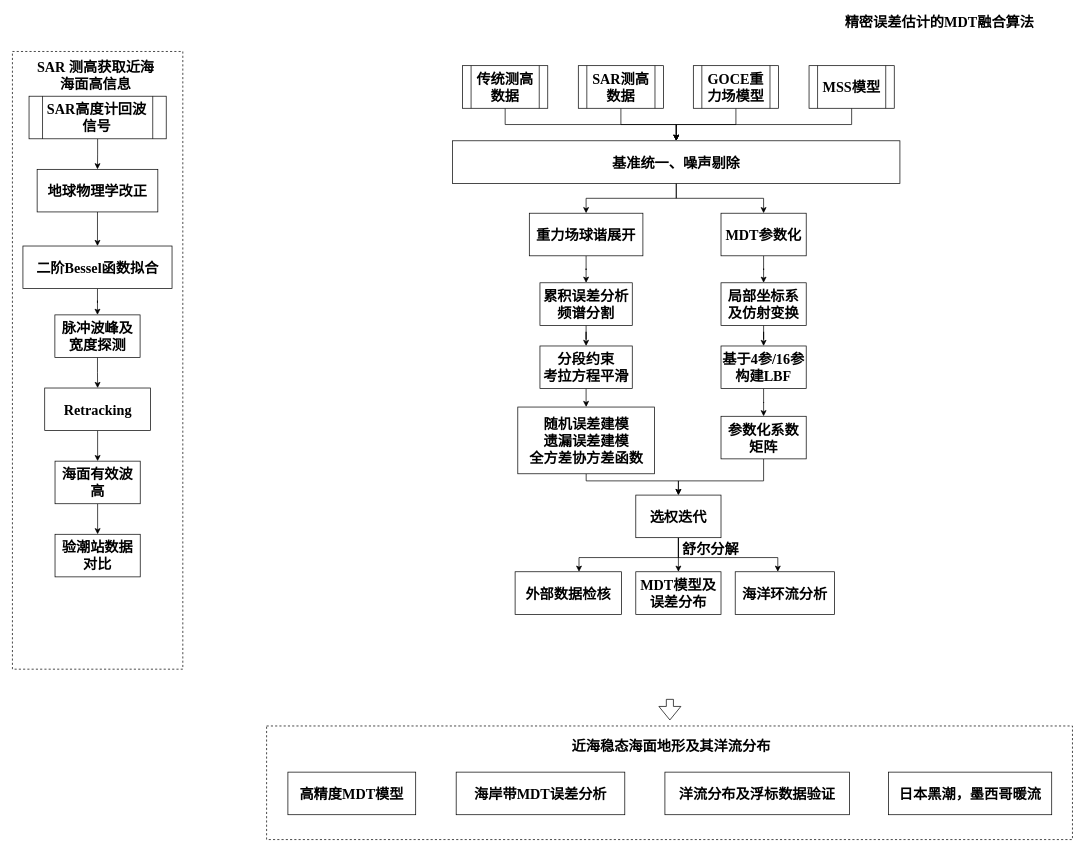
Before: Copy of Multi-source rigorous fusion algorithom for MDT refinement.drawio in skgiter/drawIO, a draw.io diagram. Source tidied: cells renumbered, new cells numbered last; positions are measured from the earlier drawing's top-left corner, leaving out a move shared by most shapes. Both pictures are drawn from the tidied source at 71%, with x=0, y=0 at pixel (12, 12).
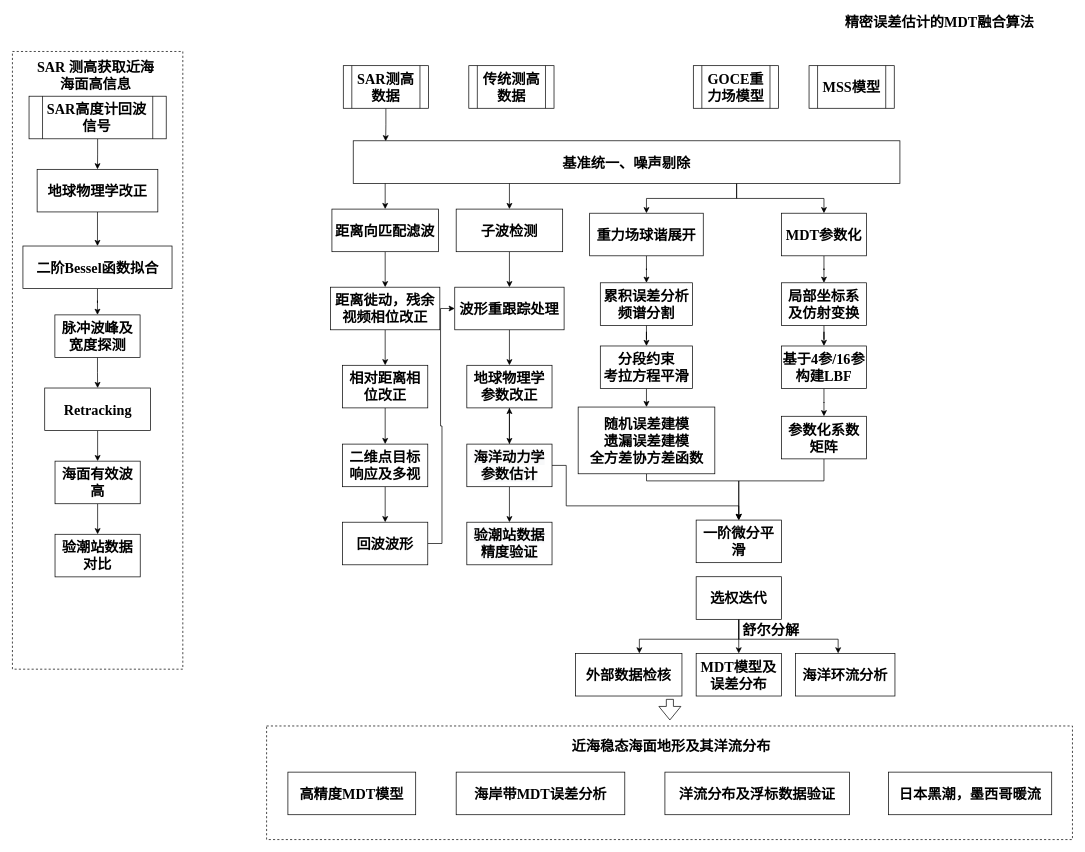
The same diagram, later.

The change refers to these unchanged cells:
```xml
<mxCell id="46" value="&lt;span style=&quot;white-space: normal ; font-size: 20px&quot;&gt;MSS模型&lt;/span&gt;" style="shape=process;whiteSpace=wrap;html=1;backgroundOutline=1;fontFamily=Times New Roman;fontSize=20;fontColor=#000000;align=center;strokeColor=#000000;fillColor=#ffffff;fontStyle=1;" parent="1" vertex="1">
  <mxGeometry x="1122" y="75" width="120" height="60" as="geometry" />
</mxCell>
<mxCell id="48" value="&lt;span style=&quot;white-space: normal; font-size: 20px;&quot;&gt;GOCE重力场模型&lt;/span&gt;" style="shape=process;whiteSpace=wrap;html=1;backgroundOutline=1;fontFamily=Times New Roman;fontSize=20;fontColor=#000000;align=center;strokeColor=#000000;fillColor=#ffffff;fontStyle=1;" parent="1" vertex="1">
  <mxGeometry x="959" y="75" width="120" height="60" as="geometry" />
</mxCell>
```

The edit, as a diff of the source:
```diff
@@
-    <mxCell id="17" style="edgeStyle=orthogonalEdgeStyle;rounded=0;jettySize=auto;html=1;" parent="1" edge="1" source="18" target="21">
-      <mxGeometry relative="1" as="geometry" />
-    </mxCell>
+    <mxCell id="60" style="edgeStyle=orthogonalEdgeStyle;rounded=0;jettySize=auto;html=1;entryX=0.117;entryY=0.013;entryDx=0;entryDy=0;entryPerimeter=0;" parent="1" edge="1" source="18">
+      <mxGeometry relative="1" as="geometry">
+        <mxPoint x="525.7" y="181.5" as="targetPoint" />
+      </mxGeometry>
+    </mxCell>
-    <mxCell id="18" value="传统测高数据" style="shape=process;whiteSpace=wrap;html=1;backgroundOutline=1;fontFamily=Times New Roman;fontStyle=1;fontSize=20;" parent="1" vertex="1">
-      <mxGeometry x="634" y="75" width="120" height="60" as="geometry" />
+    <mxCell id="18" value="SAR测高数据" style="shape=process;whiteSpace=wrap;html=1;backgroundOutline=1;fontFamily=Times New Roman;fontStyle=1;fontSize=20;" parent="1" vertex="1">
+      <mxGeometry x="466" y="75" width="120" height="60" as="geometry" />
     </mxCell>
     <mxCell id="19" style="edgeStyle=orthogonalEdgeStyle;rounded=0;jettySize=auto;html=1;fontFamily=Times New Roman;fontStyle=1;fontSize=20;" parent="1" edge="1" source="21" target="23">
-      <mxGeometry relative="1" as="geometry" />
+      <mxGeometry relative="1" as="geometry">
+        <Array as="points">
+          <mxPoint x="1020" y="262" />
+          <mxPoint x="893" y="262" />
+        </Array>
+      </mxGeometry>
     </mxCell>
     <mxCell id="20" style="edgeStyle=orthogonalEdgeStyle;rounded=0;jettySize=auto;html=1;entryX=0.5;entryY=0;entryDx=0;entryDy=0;fontFamily=Times New Roman;fontSize=20;" parent="1" edge="1" source="21" target="34">
-      <mxGeometry relative="1" as="geometry" />
+      <mxGeometry relative="1" as="geometry">
+        <Array as="points">
+          <mxPoint x="1020" y="262" />
+          <mxPoint x="1143" y="262" />
+        </Array>
+      </mxGeometry>
     </mxCell>
     <mxCell id="21" value="&lt;span style=&quot;white-space: normal; font-size: 20px;&quot;&gt;基准统一、噪声剔除&lt;/span&gt;" style="rounded=0;whiteSpace=wrap;html=1;fontFamily=Times New Roman;fontStyle=1;fontSize=20;" parent="1" vertex="1">
-      <mxGeometry x="620" y="180.8" width="630" height="60" as="geometry" />
+      <mxGeometry x="480" y="180.8" width="770" height="60" as="geometry" />
     </mxCell>
@@
     <mxCell id="23" value="重力场球谐展开" style="rounded=0;whiteSpace=wrap;html=1;fontFamily=Times New Roman;fontStyle=1;fontSize=20;" parent="1" vertex="1">
-      <mxGeometry x="728" y="282.8" width="160" height="60" as="geometry" />
+      <mxGeometry x="813" y="282.8" width="160" height="60" as="geometry" />
     </mxCell>
@@
     <mxCell id="25" value="&lt;span style=&quot;white-space: normal ; font-size: 20px&quot;&gt;累积误差分析&lt;br style=&quot;font-size: 20px&quot;&gt;频谱分割&lt;br style=&quot;font-size: 20px&quot;&gt;&lt;/span&gt;" style="rounded=0;whiteSpace=wrap;html=1;fontFamily=Times New Roman;fontStyle=1;fontSize=20;" parent="1" vertex="1">
-      <mxGeometry x="743" y="380.8" width="130" height="60" as="geometry" />
+      <mxGeometry x="828" y="380.8" width="130" height="60" as="geometry" />
     </mxCell>
     <mxCell id="26" value="MDT模型及误差分布" style="rounded=0;whiteSpace=wrap;html=1;fontFamily=Times New Roman;fontStyle=1;fontSize=20;" parent="1" vertex="1">
-      <mxGeometry x="878" y="787.8" width="120" height="60" as="geometry" />
+      <mxGeometry x="963" y="902.8" width="120" height="60" as="geometry" />
     </mxCell>
     <mxCell id="27" value="海洋环流分析" style="rounded=0;whiteSpace=wrap;html=1;fontFamily=Times New Roman;fontStyle=1;fontSize=20;" parent="1" vertex="1">
-      <mxGeometry x="1018" y="787.8" width="140" height="60" as="geometry" />
+      <mxGeometry x="1103" y="902.8" width="140" height="60" as="geometry" />
     </mxCell>
     <mxCell id="28" value="&lt;span style=&quot;white-space: normal; font-size: 20px;&quot;&gt;外部数据检核&lt;/span&gt;" style="rounded=0;whiteSpace=wrap;html=1;fontFamily=Times New Roman;fontStyle=1;fontSize=20;" parent="1" vertex="1">
-      <mxGeometry x="708" y="787.8" width="150" height="60" as="geometry" />
+      <mxGeometry x="793" y="902.8" width="150" height="60" as="geometry" />
     </mxCell>
@@
     <mxCell id="30" value="&lt;b style=&quot;font-size: 20px;&quot;&gt;分段约束&lt;br style=&quot;font-size: 20px;&quot;&gt;考拉方程平滑&lt;br style=&quot;font-size: 20px;&quot;&gt;&lt;/b&gt;" style="rounded=0;whiteSpace=wrap;html=1;fontFamily=Times New Roman;fontSize=20;" parent="1" vertex="1">
-      <mxGeometry x="743" y="469.8" width="130" height="60" as="geometry" />
+      <mxGeometry x="828" y="469.8" width="130" height="60" as="geometry" />
     </mxCell>
-    <mxCell id="31" style="edgeStyle=orthogonalEdgeStyle;rounded=0;jettySize=auto;html=1;entryX=0.5;entryY=0;entryDx=0;entryDy=0;fontFamily=Times New Roman;fontSize=20;" parent="1" edge="1" source="32" target="44">
+    <mxCell id="31" style="edgeStyle=orthogonalEdgeStyle;rounded=0;jettySize=auto;html=1;fontFamily=Times New Roman;fontSize=20;" parent="1" edge="1" source="32">
       <mxGeometry relative="1" as="geometry">
+        <mxPoint x="1023" y="715" as="targetPoint" />
         <Array as="points">
-          <mxPoint x="808" y="659.8" />
-          <mxPoint x="938" y="659.8" />
+          <mxPoint x="893" y="659.8" />
+          <mxPoint x="1023" y="659.8" />
         </Array>
       </mxGeometry>
     </mxCell>
     <mxCell id="32" value="随机误差建模&lt;br style=&quot;font-size: 20px;&quot;&gt;遗漏误差建模&lt;br style=&quot;font-size: 20px;&quot;&gt;全方差协方差函数" style="whiteSpace=wrap;html=1;rounded=0;fontFamily=Times New Roman;fontSize=20;fontStyle=1;" parent="1" vertex="1">
-      <mxGeometry x="711.8" y="555.8" width="192.5" height="94" as="geometry" />
+      <mxGeometry x="796.8" y="555.8" width="192.5" height="94" as="geometry" />
     </mxCell>
@@
     <mxCell id="34" value="MDT参数化" style="rounded=0;whiteSpace=wrap;html=1;fontFamily=Times New Roman;fontStyle=1;fontSize=20;" parent="1" vertex="1">
-      <mxGeometry x="998" y="282.8" width="120" height="60" as="geometry" />
+      <mxGeometry x="1083" y="282.8" width="120" height="60" as="geometry" />
     </mxCell>
@@
     <mxCell id="36" value="局部坐标系及仿射变换" style="rounded=0;whiteSpace=wrap;html=1;fontFamily=Times New Roman;fontSize=20;fontStyle=1;" parent="1" vertex="1">
-      <mxGeometry x="998" y="380.8" width="120" height="60" as="geometry" />
+      <mxGeometry x="1083" y="380.8" width="120" height="60" as="geometry" />
     </mxCell>
@@
     <mxCell id="38" value="基于4参/16参构建LBF" style="whiteSpace=wrap;html=1;rounded=0;fontFamily=Times New Roman;fontStyle=1;fontSize=20;" parent="1" vertex="1">
-      <mxGeometry x="998" y="469.8" width="120" height="60" as="geometry" />
+      <mxGeometry x="1083" y="469.8" width="120" height="60" as="geometry" />
     </mxCell>
-    <mxCell id="39" style="edgeStyle=orthogonalEdgeStyle;rounded=0;jettySize=auto;html=1;entryX=0.5;entryY=0;entryDx=0;entryDy=0;exitX=0.5;exitY=1;exitDx=0;exitDy=0;fontFamily=Times New Roman;fontSize=20;" parent="1" edge="1" source="40" target="44">
+    <mxCell id="39" style="edgeStyle=orthogonalEdgeStyle;rounded=0;jettySize=auto;html=1;exitX=0.5;exitY=1;exitDx=0;exitDy=0;fontFamily=Times New Roman;fontSize=20;" parent="1" edge="1" source="40">
       <mxGeometry relative="1" as="geometry">
+        <mxPoint x="1023" y="715" as="targetPoint" />
         <Array as="points">
-          <mxPoint x="1058" y="659.8" />
-          <mxPoint x="938" y="659.8" />
+          <mxPoint x="1143" y="659.8" />
+          <mxPoint x="1023" y="659.8" />
         </Array>
       </mxGeometry>
     </mxCell>
     <mxCell id="40" value="参数化系数矩阵" style="whiteSpace=wrap;html=1;rounded=0;fontStyle=1;fontFamily=Times New Roman;fontSize=20;" parent="1" vertex="1">
-      <mxGeometry x="998" y="568.8" width="120" height="60" as="geometry" />
+      <mxGeometry x="1083" y="568.8" width="120" height="60" as="geometry" />
     </mxCell>
@@
     <mxCell id="42" style="edgeStyle=orthogonalEdgeStyle;rounded=0;jettySize=auto;html=1;fontFamily=Times New Roman;fontSize=20;" parent="1" edge="1" source="44" target="28">
       <mxGeometry relative="1" as="geometry">
         <Array as="points">
-          <mxPoint x="938" y="767.8" />
-          <mxPoint x="798" y="767.8" />
+          <mxPoint x="1023" y="882.8" />
+          <mxPoint x="883" y="882.8" />
         </Array>
       </mxGeometry>
     </mxCell>
     <mxCell id="43" style="edgeStyle=orthogonalEdgeStyle;rounded=0;jettySize=auto;html=1;exitX=0.5;exitY=1;exitDx=0;exitDy=0;fontFamily=Times New Roman;fontSize=20;" parent="1" edge="1" source="44" target="27">
       <mxGeometry relative="1" as="geometry">
         <Array as="points">
-          <mxPoint x="938" y="767.8" />
-          <mxPoint x="1078" y="767.8" />
+          <mxPoint x="1023" y="882.8" />
+          <mxPoint x="1163" y="882.8" />
         </Array>
       </mxGeometry>
     </mxCell>
     <mxCell id="44" value="&lt;b style=&quot;font-size: 20px;&quot;&gt;选权迭代&lt;/b&gt;" style="whiteSpace=wrap;html=1;rounded=0;fontFamily=Times New Roman;fontSize=20;" parent="1" vertex="1">
-      <mxGeometry x="878" y="679.8" width="120" height="60" as="geometry" />
+      <mxGeometry x="963" y="794.8" width="120" height="60" as="geometry" />
     </mxCell>
-    <mxCell id="45" style="edgeStyle=orthogonalEdgeStyle;rounded=0;jettySize=auto;html=1;" parent="1" edge="1" source="46" target="21">
-      <mxGeometry relative="1" as="geometry" />
-    </mxCell>
@@
-    <mxCell id="47" style="edgeStyle=orthogonalEdgeStyle;rounded=0;jettySize=auto;html=1;" parent="1" edge="1" source="48" target="21">
-      <mxGeometry relative="1" as="geometry" />
-    </mxCell>
@@
     <mxCell id="57" value="舒尔分解" style="text;html=1;align=center;verticalAlign=middle;fontFamily=Times New Roman;fontSize=20;fontStyle=1;" parent="1" vertex="1">
-      <mxGeometry x="933" y="739.8" width="100" height="30" as="geometry" />
+      <mxGeometry x="1018" y="854.8" width="100" height="30" as="geometry" />
     </mxCell>
-    <mxCell id="58" style="edgeStyle=orthogonalEdgeStyle;rounded=0;jettySize=auto;html=1;" parent="1" edge="1" source="59" target="21">
-      <mxGeometry relative="1" as="geometry" />
-    </mxCell>
-    <mxCell id="59" value="&lt;span style=&quot;white-space: normal ; font-size: 20px&quot;&gt;SAR测高数据&lt;/span&gt;" style="shape=process;whiteSpace=wrap;html=1;backgroundOutline=1;fontFamily=Times New Roman;fontSize=20;fontColor=#000000;align=center;strokeColor=#000000;fillColor=#ffffff;fontStyle=1;" parent="1" vertex="1">
-      <mxGeometry x="797" y="75" width="120" height="60" as="geometry" />
+    <mxCell id="59" value="传统测高数据" style="shape=process;whiteSpace=wrap;html=1;backgroundOutline=1;fontFamily=Times New Roman;fontSize=20;fontColor=#000000;align=center;strokeColor=#000000;fillColor=#ffffff;fontStyle=1;" parent="1" vertex="1">
+      <mxGeometry x="642.8" y="75" width="120" height="60" as="geometry" />
     </mxCell>
+    <mxCell id="61" style="edgeStyle=orthogonalEdgeStyle;rounded=0;jettySize=auto;html=1;fontFamily=Times New Roman;fontStyle=1;fontSize=20;" parent="1" edge="1" source="63" target="65">
+      <mxGeometry relative="1" as="geometry" />
+    </mxCell>
+    <mxCell id="62" style="edgeStyle=orthogonalEdgeStyle;rounded=0;jettySize=auto;html=1;exitX=0.119;exitY=1.071;exitDx=0;exitDy=0;entryX=0.5;entryY=0;entryDx=0;entryDy=0;fontFamily=Times New Roman;fontSize=20;exitPerimeter=0;" parent="1" edge="1" target="63">
+      <mxGeometry relative="1" as="geometry">
+        <mxPoint x="525" y="241" as="sourcePoint" />
+      </mxGeometry>
+    </mxCell>
+    <mxCell id="63" value="距离向匹配滤波" style="rounded=0;whiteSpace=wrap;html=1;fontFamily=Times New Roman;fontStyle=1;fontSize=20;" parent="1" vertex="1">
+      <mxGeometry x="450" y="277" width="150" height="60" as="geometry" />
+    </mxCell>
+    <mxCell id="64" style="edgeStyle=orthogonalEdgeStyle;rounded=0;jettySize=auto;html=1;fontFamily=Times New Roman;fontStyle=1;fontSize=20;" parent="1" edge="1" source="65" target="67">
+      <mxGeometry relative="1" as="geometry" />
+    </mxCell>
+    <mxCell id="65" value="距离徙动，残余视频相位改正" style="whiteSpace=wrap;html=1;rounded=0;fontFamily=Times New Roman;fontStyle=1;fontSize=20;" parent="1" vertex="1">
+      <mxGeometry x="448" y="387" width="154" height="60" as="geometry" />
+    </mxCell>
+    <mxCell id="66" style="edgeStyle=orthogonalEdgeStyle;rounded=0;jettySize=auto;html=1;fontFamily=Times New Roman;fontStyle=1;fontSize=20;" parent="1" edge="1" source="67" target="69">
+      <mxGeometry relative="1" as="geometry" />
+    </mxCell>
+    <mxCell id="67" value="相对距离相位改正" style="whiteSpace=wrap;html=1;rounded=0;fontFamily=Times New Roman;fontStyle=1;fontSize=20;" parent="1" vertex="1">
+      <mxGeometry x="465" y="497" width="120" height="60" as="geometry" />
+    </mxCell>
+    <mxCell id="68" style="edgeStyle=orthogonalEdgeStyle;rounded=0;jettySize=auto;html=1;fontFamily=Times New Roman;fontStyle=1;fontSize=20;" parent="1" edge="1" source="69" target="71">
+      <mxGeometry relative="1" as="geometry" />
+    </mxCell>
+    <mxCell id="69" value="二维点目标响应及多视" style="whiteSpace=wrap;html=1;rounded=0;fontFamily=Times New Roman;fontStyle=1;fontSize=20;" parent="1" vertex="1">
+      <mxGeometry x="465" y="608" width="120" height="60" as="geometry" />
+    </mxCell>
+    <mxCell id="70" style="edgeStyle=orthogonalEdgeStyle;rounded=0;jettySize=auto;html=1;exitX=1;exitY=0.5;exitDx=0;exitDy=0;entryX=0;entryY=0.5;entryDx=0;entryDy=0;fontFamily=Times New Roman;fontSize=20;" parent="1" edge="1" source="71" target="76">
+      <mxGeometry relative="1" as="geometry" />
+    </mxCell>
+    <mxCell id="71" value="回波波形" style="whiteSpace=wrap;html=1;rounded=0;fontFamily=Times New Roman;fontStyle=1;fontSize=20;" parent="1" vertex="1">
+      <mxGeometry x="465" y="718" width="120" height="60" as="geometry" />
+    </mxCell>
+    <mxCell id="72" style="edgeStyle=orthogonalEdgeStyle;rounded=0;jettySize=auto;html=1;fontFamily=Times New Roman;fontStyle=1;fontSize=20;" parent="1" edge="1" source="74" target="76">
+      <mxGeometry relative="1" as="geometry" />
+    </mxCell>
+    <mxCell id="73" style="edgeStyle=orthogonalEdgeStyle;rounded=0;jettySize=auto;html=1;exitX=0.119;exitY=1.071;exitDx=0;exitDy=0;entryX=0.5;entryY=0;entryDx=0;entryDy=0;fontFamily=Times New Roman;fontSize=20;exitPerimeter=0;" parent="1" edge="1" target="74">
+      <mxGeometry relative="1" as="geometry">
+        <mxPoint x="700" y="241" as="sourcePoint" />
+      </mxGeometry>
+    </mxCell>
+    <mxCell id="74" value="子波检测" style="rounded=0;whiteSpace=wrap;html=1;fontFamily=Times New Roman;fontStyle=1;fontSize=20;" parent="1" vertex="1">
+      <mxGeometry x="625" y="277" width="150" height="60" as="geometry" />
+    </mxCell>
+    <mxCell id="75" style="edgeStyle=orthogonalEdgeStyle;rounded=0;jettySize=auto;html=1;fontFamily=Times New Roman;fontStyle=1;fontSize=20;" parent="1" edge="1" source="76" target="78">
+      <mxGeometry relative="1" as="geometry" />
+    </mxCell>
+    <mxCell id="76" value="波形重跟踪处理" style="whiteSpace=wrap;html=1;rounded=0;fontFamily=Times New Roman;fontStyle=1;fontSize=20;" parent="1" vertex="1">
+      <mxGeometry x="623" y="387" width="154" height="60" as="geometry" />
+    </mxCell>
+    <mxCell id="77" style="edgeStyle=orthogonalEdgeStyle;rounded=0;jettySize=auto;html=1;fontFamily=Times New Roman;fontStyle=1;fontSize=20;" parent="1" edge="1" source="78" target="82">
+      <mxGeometry relative="1" as="geometry" />
+    </mxCell>
+    <mxCell id="78" value="地球物理学参数改正" style="whiteSpace=wrap;html=1;rounded=0;fontFamily=Times New Roman;fontStyle=1;fontSize=20;" parent="1" vertex="1">
+      <mxGeometry x="640" y="497" width="120" height="60" as="geometry" />
+    </mxCell>
+    <mxCell id="79" style="edgeStyle=orthogonalEdgeStyle;rounded=0;jettySize=auto;html=1;fontFamily=Times New Roman;fontStyle=1;fontSize=20;" parent="1" edge="1" source="82" target="83">
+      <mxGeometry relative="1" as="geometry" />
+    </mxCell>
+    <mxCell id="80" style="edgeStyle=orthogonalEdgeStyle;rounded=0;jettySize=auto;html=1;fontFamily=Times New Roman;fontSize=20;" parent="1" edge="1" source="82" target="78">
+      <mxGeometry relative="1" as="geometry" />
+    </mxCell>
+    <mxCell id="81" style="edgeStyle=orthogonalEdgeStyle;rounded=0;jettySize=auto;html=1;exitX=1;exitY=0.5;exitDx=0;exitDy=0;entryX=0.5;entryY=0;entryDx=0;entryDy=0;fontFamily=Times New Roman;fontSize=20;" parent="1" edge="1" source="82" target="84">
+      <mxGeometry relative="1" as="geometry">
+        <Array as="points">
+          <mxPoint x="780" y="638" />
+          <mxPoint x="780" y="695" />
+          <mxPoint x="1023" y="695" />
+        </Array>
+      </mxGeometry>
+    </mxCell>
+    <mxCell id="82" value="&#10;&#10;&lt;span style=&quot;color: rgb(0, 0, 0); font-family: &amp;quot;times new roman&amp;quot;; font-size: 20px; font-style: normal; font-weight: 700; letter-spacing: normal; text-align: center; text-indent: 0px; text-transform: none; word-spacing: 0px; background-color: rgb(248, 249, 250); display: inline; float: none;&quot;&gt;海洋动力学参数估计&lt;/span&gt;&#10;&#10;" style="whiteSpace=wrap;html=1;rounded=0;fontFamily=Times New Roman;fontStyle=1;fontSize=20;" parent="1" vertex="1">
+      <mxGeometry x="640" y="608" width="120" height="60" as="geometry" />
+    </mxCell>
+    <mxCell id="83" value="&#10;&#10;&lt;span style=&quot;color: rgb(0, 0, 0); font-family: &amp;quot;times new roman&amp;quot;; font-size: 20px; font-style: normal; font-weight: 700; letter-spacing: normal; text-align: center; text-indent: 0px; text-transform: none; word-spacing: 0px; background-color: rgb(248, 249, 250); display: inline; float: none;&quot;&gt;验潮站数据精度验证&lt;/span&gt;&#10;&#10;" style="whiteSpace=wrap;html=1;rounded=0;fontFamily=Times New Roman;fontStyle=1;fontSize=20;" parent="1" vertex="1">
+      <mxGeometry x="640" y="718" width="120" height="60" as="geometry" />
+    </mxCell>
+    <mxCell id="84" value="一阶微分平滑" style="rounded=0;whiteSpace=wrap;html=1;fontFamily=Times New Roman;fontSize=20;fontStyle=1;" parent="1" vertex="1">
+      <mxGeometry x="963" y="715" width="120" height="60" as="geometry" />
+    </mxCell>
```
